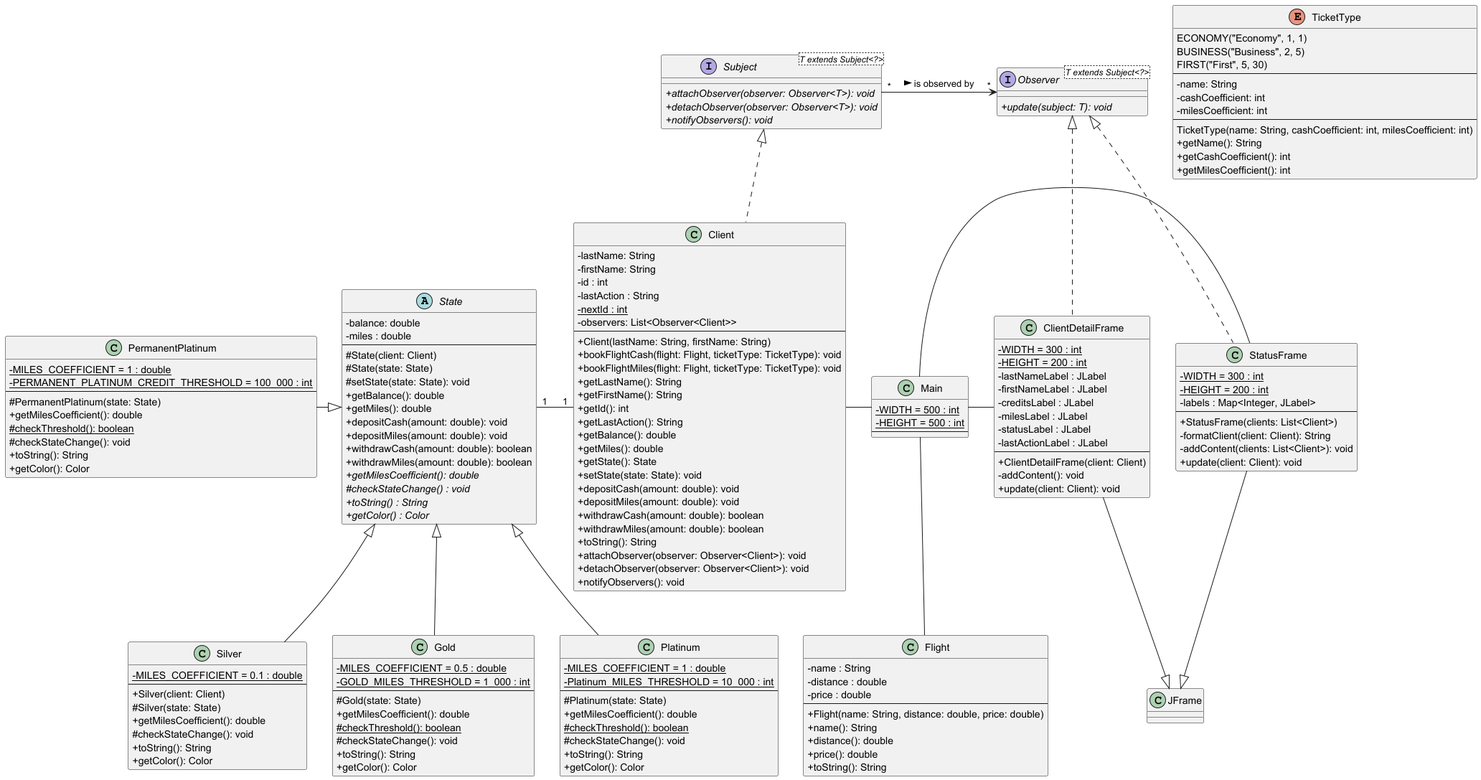
This is uml/class_diagram.png from LeonardJouve/mcr-02, a PlantUML export, as it was before one commit. Its diagram source:
```plantuml
@startuml
skinparam classAttributeIconSize 0

abstract class State {
    - balance: double
    - miles : double
    --
    # State(client: Client)
    # State(state: State)
    # setState(state: State): void
    + getBalance(): double
    + getMiles(): double
    + depositCash(amount: double): void
    + depositMiles(amount: double): void
    + withdrawCash(amount: double): boolean
    + withdrawMiles(amount: double): boolean
    {abstract} + getMilesCoefficient(): double
    {abstract} # checkStateChange() : void
    {abstract} + toString() : String
    {abstract} + getColor() : Color
}

class Silver {
    - {static} MILES_COEFFICIENT = 0.1 : double
    --
    + Silver(client: Client)
    # Silver(state: State)
    + getMilesCoefficient(): double
    # checkStateChange(): void
    + toString(): String
    + getColor(): Color
}

class Gold {
    - {static} MILES_COEFFICIENT = 0.5 : double
    - {static} GOLD_MILES_THRESHOLD = 1_000 : int
    --
    # Gold(state: State)
    + getMilesCoefficient(): double
    {static} # checkThreshold(): boolean
    # checkStateChange(): void
    + toString(): String
    + getColor(): Color
}

class Platinum {
    - {static} MILES_COEFFICIENT = 1 : double
    - {static} Platinum_MILES_THRESHOLD = 10_000 : int
    --
    # Platinum(state: State)
    + getMilesCoefficient(): double
    {static} # checkThreshold(): boolean
    # checkStateChange(): void
    + toString(): String
    + getColor(): Color
}

class PermanentPlatinum {
    - {static} MILES_COEFFICIENT = 1 : double
    - {static} PERMANENT_PLATINUM_CREDIT_THRESHOLD = 100_000 : int
    --
    # PermanentPlatinum(state: State)
    + getMilesCoefficient(): double
    {static} # checkThreshold(): boolean
    # checkStateChange(): void
    + toString(): String
    + getColor(): Color
}

State <|-- Silver
State <|-- Gold
State <|-- Platinum
State <|-left- PermanentPlatinum

interface Subject<T extends Subject<?>> {
    {abstract}+ attachObserver(observer: Observer<T>): void
    {abstract}+ detachObserver(observer: Observer<T>): void
    {abstract}+ notifyObservers(): void
}

interface Observer<T extends Subject<?>> {
    {abstract}+ update(subject: T): void
}

class Client {
    - lastName: String
    - firstName: String
    - id : int
    - lastAction : String
    {static} - nextId : int
    - observers: List<Observer<Client>>
    --
    + Client(lastName: String, firstName: String)
    + bookFlightCash(flight: Flight, ticketType: TicketType): void
    + bookFlightMiles(flight: Flight, ticketType: TicketType): void
    + getLastName(): String
    + getFirstName(): String
    + getId(): int
    + getLastAction(): String
    + getBalance(): double
    + getMiles(): double
    + getState(): State
    + setState(state: State): void
    + depositCash(amount: double): void
    + depositMiles(amount: double): void
    + withdrawCash(amount: double): boolean
    + withdrawMiles(amount: double): boolean
    + toString(): String
    + attachObserver(observer: Observer<Client>): void
    + detachObserver(observer: Observer<Client>): void
    + notifyObservers(): void
}

class Flight {
    - name : String
    - distance : double
    - price : double
    --
    + Flight(name: String, distance: double, price: double)
    + name(): String
    + distance(): double
    + price(): double
    + toString(): String
}

enum TicketType {
    ECONOMY("Economy", 1, 1)
    BUSINESS("Business", 2, 5)
    FIRST("First", 5, 30)
    --
    - name: String
    - cashCoefficient: int
    - milesCoefficient: int
    --
    TicketType(name: String, cashCoefficient: int, milesCoefficient: int)
    + getName(): String
    + getCashCoefficient(): int
    + getMilesCoefficient(): int
}

class JFrame {}

class Main {
    {static} - WIDTH = 500 : int
    {static} - HEIGHT = 500 : int
    --
}

class ClientDetailFrame {
   {static} - WIDTH = 300 : int
   {static} - HEIGHT = 200 : int
   - lastNameLabel : JLabel
   - firstNameLabel : JLabel
   - creditsLabel : JLabel
   - milesLabel : JLabel
   - statusLabel : JLabel
   - lastActionLabel : JLabel
   --
   + ClientDetailFrame(client: Client)
   - addContent(): void
   + update(client: Client): void
}

class StatusFrame {
   {static} - WIDTH = 300 : int
   {static} - HEIGHT = 200 : int
   - labels : Map<Integer, JLabel>
   --
   + StatusFrame(clients: List<Client>)
   - formatClient(client: Client): String
   - addContent(clients: List<Client>): void
   + update(client: Client): void
}

Subject <|.down. Client

Main -left- Client
Main -down- Flight
Main -right- ClientDetailFrame
Main -right- StatusFrame

JFrame <|-up- ClientDetailFrame
JFrame <|-up- StatusFrame

Observer <|.. ClientDetailFrame
Observer <|.. StatusFrame

Observer "*" <-left- "*" Subject : is observed by <

State "1" -right- "1" Client



@enduml
```
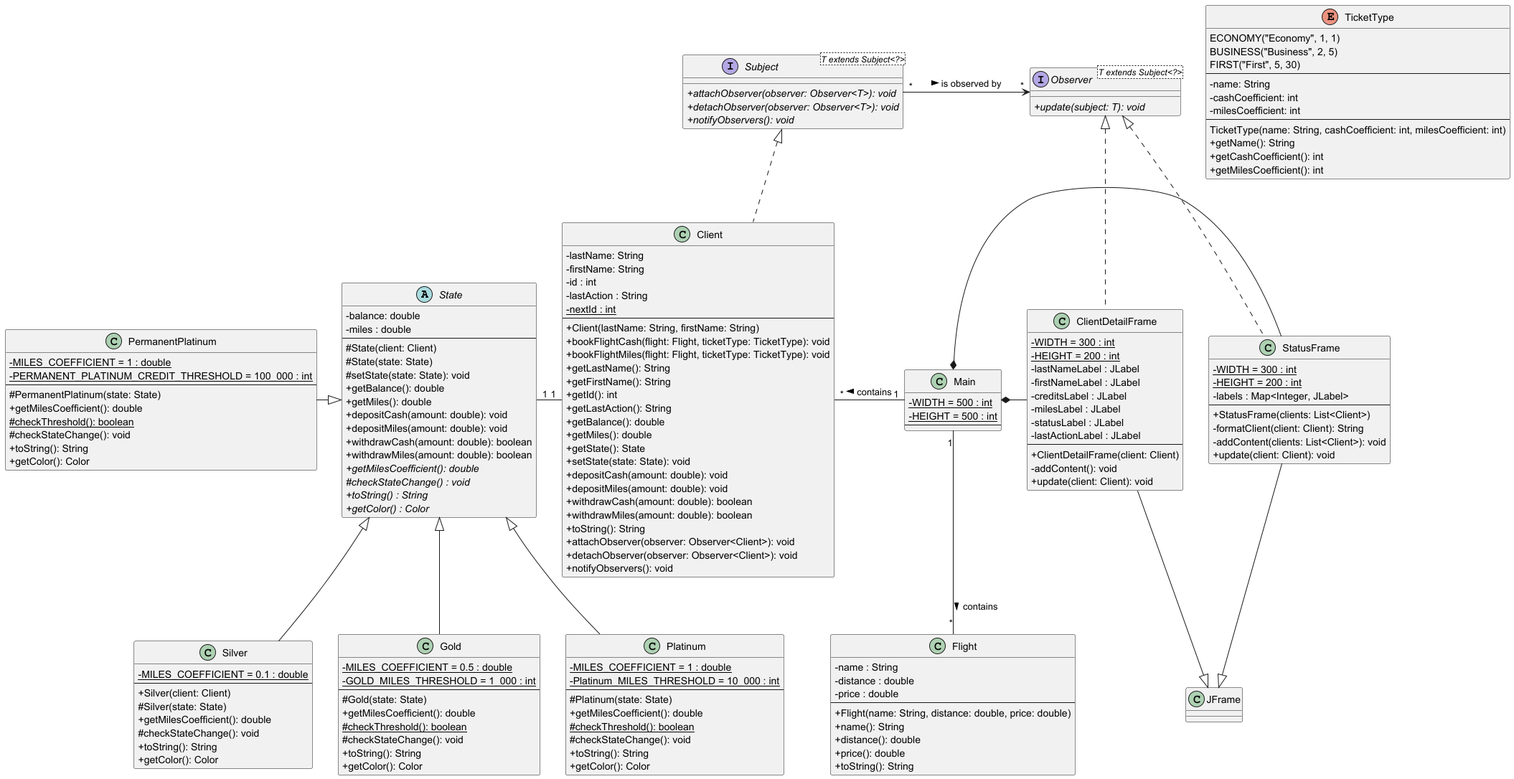
Above is the later version.

Commit message:
Update class diagram

The edit, as a diff of the source:
```diff
@@ -88,7 +88,6 @@
     - id : int
     - lastAction : String
     {static} - nextId : int
-    - observers: List<Observer<Client>>
     --
     + Client(lastName: String, firstName: String)
     + bookFlightCash(flight: Flight, ticketType: TicketType): void
@@ -174,10 +173,10 @@
 
 Subject <|.down. Client
 
-Main -left- Client
-Main -down- Flight
-Main -right- ClientDetailFrame
-Main -right- StatusFrame
+Main "1" -left- "*" Client : contains >
+Main "1" -down- "*" Flight : contains >
+Main *-right- ClientDetailFrame
+Main *-right- StatusFrame
 
 JFrame <|-up- ClientDetailFrame
 JFrame <|-up- StatusFrame
```
